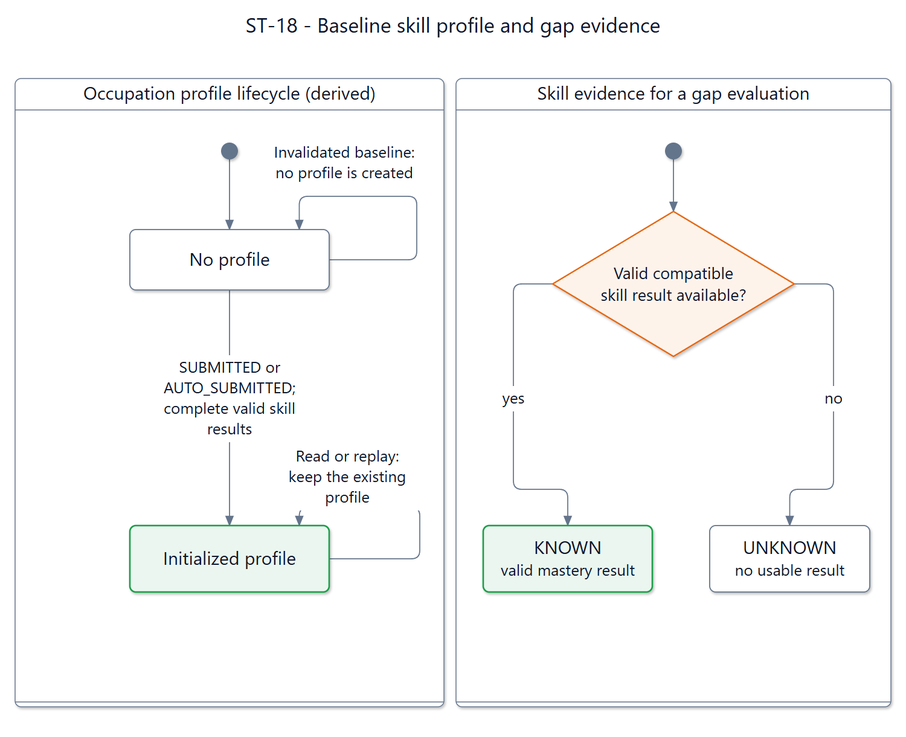
Earlier version of the Mermaid export documents/diagrams/mermaid/st-18.png (SEP490-Fall-2026-GFA26SE64/SEP490). Its source is kept beside it as documents/diagrams/mermaid/st-18.mmd.
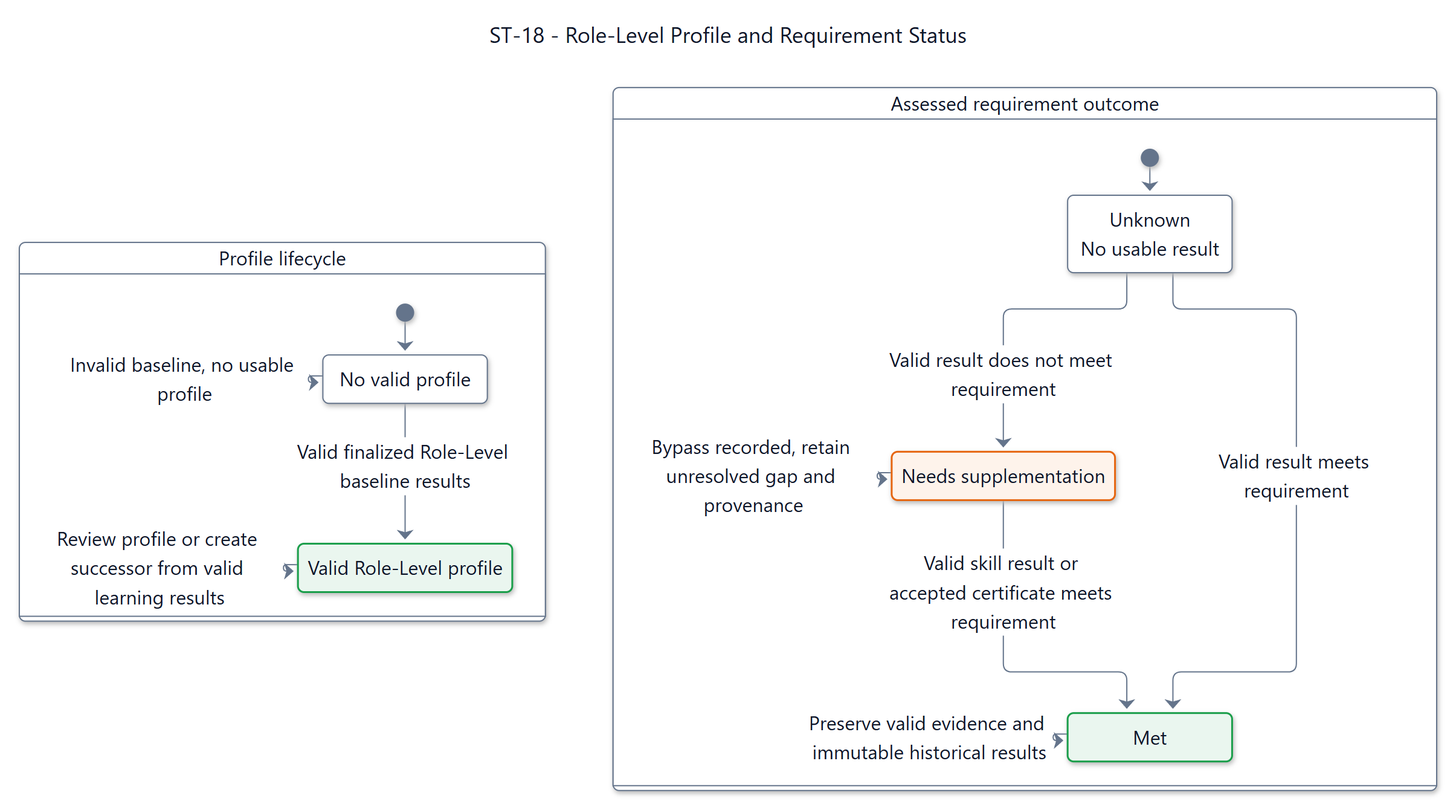
Later version of the same file.

The edit, as a diff of the source:
```diff
@@ -1,26 +1,30 @@
 ---
-title: "ST-18 - Baseline skill profile and gap evidence"
-config: {"theme":"base","fontFamily":"Segoe UI, Arial, sans-serif","themeVariables":{"fontFamily":"Segoe UI, Arial, sans-serif","fontSize":"16px","primaryColor":"#ffffff","primaryTextColor":"#0f1729","primaryBorderColor":"#64748b","secondaryColor":"#fef3eb","tertiaryColor":"#ffffff","lineColor":"#64748b","textColor":"#0f1729","mainBkg":"#ffffff","background":"#ffffff","clusterBkg":"#ffffff","clusterBorder":"#64748b","edgeLabelBackground":"#ffffff","titleColor":"#0f1729","noteBkgColor":"#fef3eb","noteTextColor":"#0f1729","noteBorderColor":"#e6650f","labelColor":"#0f1729","compositeBackground":"#ffffff","compositeTitleBackground":"#ffffff","compositeBorder":"#64748b","altBackground":"#ffffff","nodeBorder":"#64748b","nodeTextColor":"#0f1729","cScale0":"#ffffff","cScaleLabel0":"#0f1729","cScale1":"#ffffff","cScaleLabel1":"#0f1729","cScale2":"#ffffff","cScaleLabel2":"#0f1729","cScale3":"#ffffff","cScaleLabel3":"#0f1729","cScale4":"#ffffff","cScaleLabel4":"#0f1729","cScale5":"#ffffff","cScaleLabel5":"#0f1729","cScale6":"#ffffff","cScaleLabel6":"#0f1729","cScale7":"#ffffff","cScaleLabel7":"#0f1729","cScale8":"#ffffff","cScaleLabel8":"#0f1729","cScale9":"#ffffff","cScaleLabel9":"#0f1729","cScale10":"#ffffff","cScaleLabel10":"#0f1729","cScale11":"#ffffff","cScaleLabel11":"#0f1729","secondaryBorderColor":"#64748b","tertiaryBorderColor":"#64748b","secondaryTextColor":"#0f1729","tertiaryTextColor":"#0f1729"},"state":{"nodeSpacing":42,"rankSpacing":64,"padding":16,"fontSize":16,"wrappingWidth":250}}
+title: "ST-18 - Role-Level Profile and Requirement Status"
+config: {"theme":"base","fontFamily":"Segoe UI, Arial, sans-serif","themeVariables":{"fontFamily":"Segoe UI, Arial, sans-serif","fontSize":"16px","primaryColor":"#ffffff","primaryTextColor":"#0f1729","primaryBorderColor":"#64748b","secondaryColor":"#fef3eb","tertiaryColor":"#ffffff","lineColor":"#64748b","textColor":"#0f1729","mainBkg":"#ffffff","background":"#ffffff","clusterBkg":"#ffffff","clusterBorder":"#64748b","edgeLabelBackground":"#ffffff","titleColor":"#0f1729","noteBkgColor":"#fef3eb","noteTextColor":"#0f1729","noteBorderColor":"#e6650f","labelColor":"#0f1729","compositeBackground":"#ffffff","compositeTitleBackground":"#ffffff","compositeBorder":"#64748b","altBackground":"#ffffff","nodeBorder":"#64748b","nodeTextColor":"#0f1729","cScale0":"#ffffff","cScaleLabel0":"#0f1729","cScale1":"#ffffff","cScaleLabel1":"#0f1729","cScale2":"#ffffff","cScaleLabel2":"#0f1729","cScale3":"#ffffff","cScaleLabel3":"#0f1729","cScale4":"#ffffff","cScaleLabel4":"#0f1729","cScale5":"#ffffff","cScaleLabel5":"#0f1729","cScale6":"#ffffff","cScaleLabel6":"#0f1729","cScale7":"#ffffff","cScaleLabel7":"#0f1729","cScale8":"#ffffff","cScaleLabel8":"#0f1729","cScale9":"#ffffff","cScaleLabel9":"#0f1729","cScale10":"#ffffff","cScaleLabel10":"#0f1729","cScale11":"#ffffff","cScaleLabel11":"#0f1729","secondaryBorderColor":"#64748b","tertiaryBorderColor":"#64748b","secondaryTextColor":"#0f1729","tertiaryTextColor":"#0f1729"},"state":{"nodeSpacing":42,"rankSpacing":64,"padding":16,"fontSize":16,"wrappingWidth":250},"look":"neo"}
 ---
 stateDiagram-v2
-  state "Job Position profile lifecycle (derived)" as Group0 {
-    state "No profile" as noProfile
-    state "Initialized profile" as profileReady
-    [*] --> noProfile
-    noProfile --> noProfile : Invalidated baseline: no profile is created
-    noProfile --> profileReady : SUBMITTED or AUTO_SUBMITTED; complete valid skill results
-    profileReady --> profileReady : Read or replay: keep the existing profile
+  direction TB
+  state "Profile lifecycle" as Profile {
+    state "No valid profile" as none
+    state "Valid Role-Level profile" as valid
+    [*] --> none
+    none --> none : Invalid baseline, no usable profile
+    none --> valid : Valid finalized Role-Level baseline results
+    valid --> valid : Review profile or create successor from valid learning results
   }
-  state "Skill evidence for a gap evaluation" as Group1 {
-    state "KNOWN<br/>valid mastery result" as known
-    state "UNKNOWN<br/>no usable result" as unknown
-    state evidenceCheck <<choice>>
-    [*] --> evidenceCheck
-    evidenceCheck --> known : yes
-    evidenceCheck --> unknown : no
+  state "Assessed requirement outcome" as Outcome {
+    state "Unknown<br/>No usable result" as unknown
+    state "Met" as met
+    state "Needs supplementation" as needs
+    [*] --> unknown
+    unknown --> met : Valid result meets requirement
+    unknown --> needs : Valid result does not meet requirement
+    needs --> met : Valid skill result or accepted certificate meets requirement
+    needs --> needs : Bypass recorded, retain unresolved gap and provenance
+    met --> met : Preserve valid evidence and immutable historical results
   }
   classDef accepted fill:#eaf6ef,stroke:#1a9e4a,color:#0f1729,stroke-width:1.5px
   classDef attention fill:#fdf2f2,stroke:#dc2828,color:#0f1729,stroke-width:1.5px
   classDef working fill:#fef3eb,stroke:#e6650f,color:#0f1729,stroke-width:1.5px
-  class profileReady accepted
-  class known accepted
+  class valid,met accepted
+  class needs working
```
